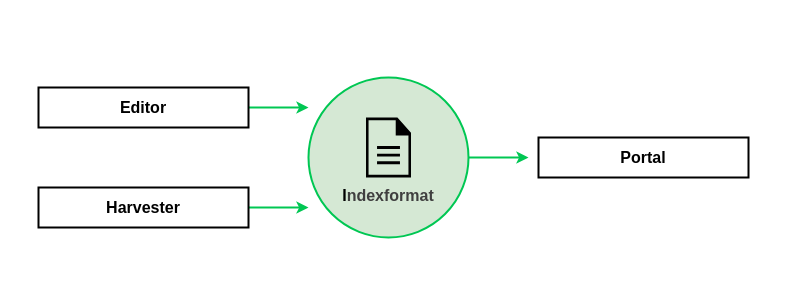
Before: docs/assets/drawio/ingrid-indexformat.drawio in informationgrid/ingrid-oss.eu, a draw.io diagram. Source tidied: cells renumbered, new cells numbered last; positions are measured from the earlier drawing's top-left corner, leaving out a move shared by most shapes. Both pictures are drawn from the tidied source at 100%, with x=0, y=0 at pixel (38, 77).
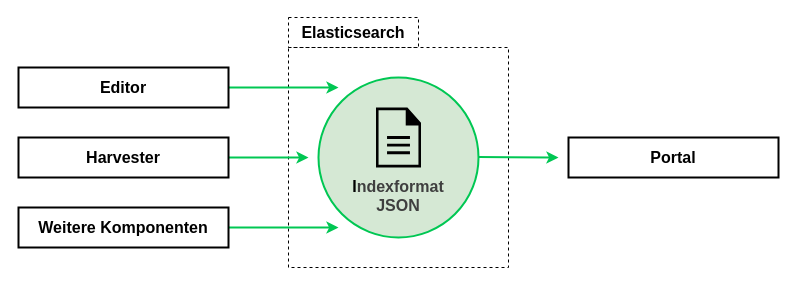
Above is the later version.

Commit message:
Update drawio of ingrid-indexformat

Change to the diagram source:
```diff
@@
 <mxGraphModel>
   <root>
     <mxCell id="0" />
     <mxCell id="1" parent="0" />
+    <mxCell id="10" style="rounded=0;whiteSpace=wrap;html=1;dashed=1;fillColor=none;" parent="1" vertex="1">
+      <mxGeometry x="250" y="-30" width="220" height="220" as="geometry" />
+    </mxCell>
-    <mxCell id="2" value="&lt;div&gt;&lt;font style=&quot;font-size: 16px;&quot;&gt;&lt;b&gt;&lt;br&gt;&lt;/b&gt;&lt;/font&gt;&lt;/div&gt;&lt;font style=&quot;font-size: 16px;&quot;&gt;&lt;b&gt;&lt;div&gt;&lt;font style=&quot;font-size: 16px;&quot;&gt;&lt;b&gt;&lt;br&gt;&lt;/b&gt;&lt;/font&gt;&lt;/div&gt;&lt;div&gt;&lt;font style=&quot;font-size: 16px;&quot;&gt;&lt;b&gt;&lt;br&gt;&lt;/b&gt;&lt;/font&gt;&lt;/div&gt;&lt;div&gt;&lt;font style=&quot;font-size: 16px;&quot;&gt;&lt;b&gt;&lt;br&gt;&lt;/b&gt;&lt;/font&gt;&lt;/div&gt;I&lt;/b&gt;&lt;/font&gt;&lt;b style=&quot;color: rgb(63, 63, 63); background-color: transparent; font-size: 16px;&quot;&gt;ndexformat&lt;/b&gt;" style="ellipse;whiteSpace=wrap;html=1;fillColor=#d5e8d4;strokeWidth=2;strokeColor=#00C753;" parent="1" vertex="1">
-      <mxGeometry x="270" width="160" height="160" as="geometry" />
+    <mxCell id="2" value="&lt;div&gt;&lt;font style=&quot;font-size: 16px;&quot;&gt;&lt;b&gt;&lt;br&gt;&lt;/b&gt;&lt;/font&gt;&lt;/div&gt;&lt;font style=&quot;font-size: 16px;&quot;&gt;&lt;b&gt;&lt;div&gt;&lt;font style=&quot;font-size: 16px;&quot;&gt;&lt;b&gt;&lt;br&gt;&lt;/b&gt;&lt;/font&gt;&lt;/div&gt;&lt;div&gt;&lt;br&gt;&lt;/div&gt;&lt;div&gt;&lt;font style=&quot;font-size: 16px;&quot;&gt;&lt;b&gt;&lt;br&gt;&lt;/b&gt;&lt;/font&gt;&lt;/div&gt;I&lt;/b&gt;&lt;/font&gt;&lt;b style=&quot;color: rgb(63, 63, 63); background-color: transparent; font-size: 16px;&quot;&gt;ndexformat&lt;/b&gt;&lt;div&gt;&lt;b style=&quot;color: rgb(63, 63, 63); background-color: transparent; font-size: 16px;&quot;&gt;JSON&lt;/b&gt;&lt;/div&gt;" style="ellipse;whiteSpace=wrap;html=1;fillColor=#d5e8d4;strokeWidth=2;strokeColor=#00C753;" parent="1" vertex="1">
+      <mxGeometry x="280" width="160" height="160" as="geometry" />
     </mxCell>
     <mxCell id="3" style="sketch=0;shadow=0;dashed=0;html=1;strokeColor=none;fillColor=#000000;labelPosition=center;verticalLabelPosition=bottom;verticalAlign=top;align=center;shape=mxgraph.office.concepts.document;rounded=0;strokeWidth=2;fontFamily=Helvetica;fontSize=12;fontColor=#000000;fontStyle=1;" parent="1" vertex="1">
-      <mxGeometry x="327.5" y="40" width="45" height="60" as="geometry" />
+      <mxGeometry x="337.5" y="30" width="45" height="60" as="geometry" />
     </mxCell>
-    <mxCell id="4" style="edgeStyle=none;html=1;strokeWidth=2;strokeColor=#00C753;entryX=0;entryY=0.188;entryDx=0;entryDy=0;entryPerimeter=0;" parent="1" edge="1" source="5" target="2">
-      <mxGeometry relative="1" as="geometry" />
+    <mxCell id="4" style="edgeStyle=none;html=1;strokeWidth=2;strokeColor=#00C753;entryX=0.125;entryY=0.063;entryDx=0;entryDy=0;entryPerimeter=0;" parent="1" edge="1" source="5">
+      <mxGeometry relative="1" as="geometry">
+        <mxPoint x="300" y="10.1" as="targetPoint" />
+      </mxGeometry>
     </mxCell>
     <mxCell id="5" value="&lt;font style=&quot;font-size: 16px;&quot;&gt;Editor&lt;/font&gt;" style="rounded=0;whiteSpace=wrap;html=1;strokeWidth=2;fontStyle=1;labelBackgroundColor=none;fillColor=none;" parent="1" vertex="1">
-      <mxGeometry y="10" width="210" height="40" as="geometry" />
+      <mxGeometry x="-20" y="-10" width="210" height="40" as="geometry" />
     </mxCell>
-    <mxCell id="6" style="edgeStyle=none;html=1;strokeWidth=2;strokeColor=#00C753;entryX=0;entryY=0.813;entryDx=0;entryDy=0;entryPerimeter=0;" parent="1" edge="1" source="7" target="2">
-      <mxGeometry relative="1" as="geometry" />
+    <mxCell id="6" style="edgeStyle=none;html=1;strokeWidth=2;strokeColor=#00C753;entryX=0;entryY=0.813;entryDx=0;entryDy=0;entryPerimeter=0;" parent="1" edge="1" source="7">
+      <mxGeometry relative="1" as="geometry">
+        <mxPoint x="270" y="80.1" as="targetPoint" />
+      </mxGeometry>
     </mxCell>
     <mxCell id="7" value="&lt;font style=&quot;font-size: 16px;&quot;&gt;Harvester&lt;/font&gt;" style="rounded=0;whiteSpace=wrap;html=1;strokeWidth=2;fontStyle=1;labelBackgroundColor=none;fillColor=none;" parent="1" vertex="1">
-      <mxGeometry y="110" width="210" height="40" as="geometry" />
+      <mxGeometry x="-20" y="60" width="210" height="40" as="geometry" />
     </mxCell>
     <mxCell id="8" value="&lt;font style=&quot;font-size: 16px;&quot;&gt;Portal&lt;/font&gt;" style="rounded=0;whiteSpace=wrap;html=1;strokeWidth=2;fontStyle=1;labelBackgroundColor=none;fillColor=none;" parent="1" vertex="1">
-      <mxGeometry x="500" y="60" width="210" height="40" as="geometry" />
+      <mxGeometry x="530" y="60" width="210" height="40" as="geometry" />
     </mxCell>
     <mxCell id="9" style="edgeStyle=none;html=1;strokeWidth=2;strokeColor=#00C753;" parent="1" edge="1">
       <mxGeometry relative="1" as="geometry">
-        <mxPoint x="430" y="80" as="sourcePoint" />
-        <mxPoint x="490" y="80" as="targetPoint" />
+        <mxPoint x="440" y="79.5" as="sourcePoint" />
+        <mxPoint x="520" y="80" as="targetPoint" />
       </mxGeometry>
     </mxCell>
+    <mxCell id="11" style="edgeStyle=none;html=1;strokeWidth=2;strokeColor=#00C753;entryX=0.125;entryY=0.938;entryDx=0;entryDy=0;entryPerimeter=0;" parent="1" edge="1" source="12">
+      <mxGeometry relative="1" as="geometry">
+        <mxPoint x="300" y="150.1" as="targetPoint" />
+      </mxGeometry>
+    </mxCell>
+    <mxCell id="12" value="&lt;font style=&quot;font-size: 16px;&quot;&gt;Weitere Komponenten&lt;/font&gt;" style="rounded=0;whiteSpace=wrap;html=1;strokeWidth=2;fontStyle=1;labelBackgroundColor=none;fillColor=none;" parent="1" vertex="1">
+      <mxGeometry x="-20" y="130" width="210" height="40" as="geometry" />
+    </mxCell>
+    <mxCell id="13" value="Elasticsearch" style="rounded=0;whiteSpace=wrap;html=1;strokeWidth=1;dashed=1;fontStyle=1;fillColor=none;fontSize=16;" parent="1" vertex="1">
+      <mxGeometry x="250" y="-60" width="130" height="30" as="geometry" />
+    </mxCell>
   </root>
 </mxGraphModel>
```
